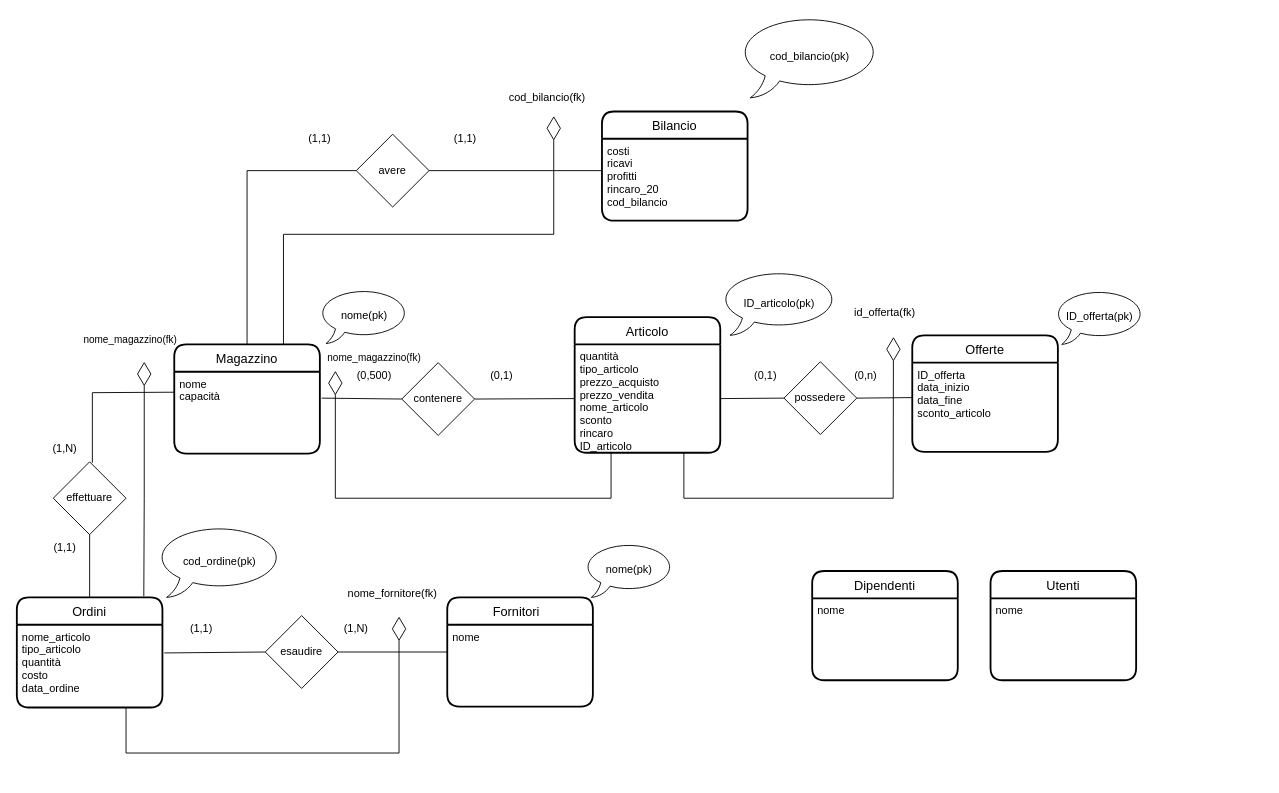
Above: AccessPort.drawio in Bugigio/Negozi-Sportivi (draw.io), before the change. Source tidied: cells renumbered, new cells numbered last; positions are measured from the earlier drawing's top-left corner, leaving out a move shared by most shapes. Both pictures are drawn from the tidied source at 91%, with x=0, y=0 at pixel (16, 15).
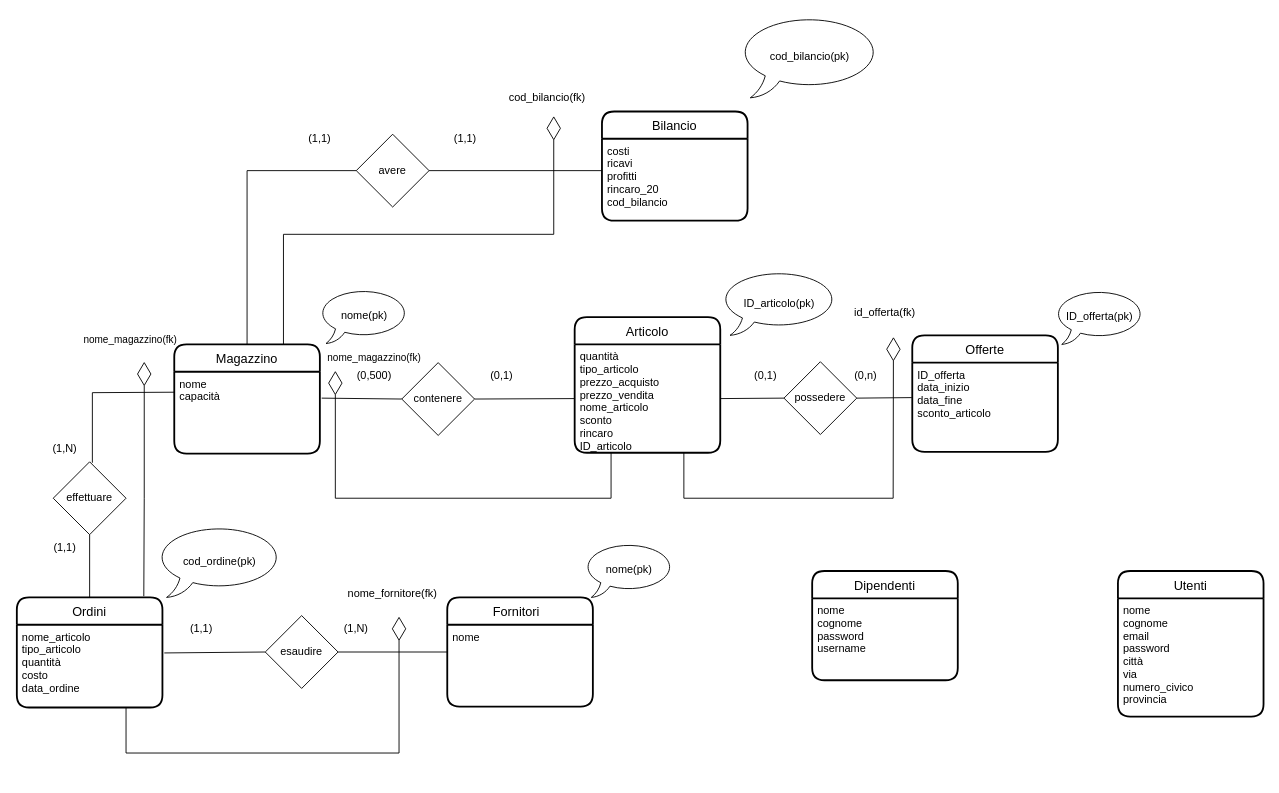
After the change.

Unchanged cells that the change refers to:
```xml
<mxCell id="55" value="Dipendenti" style="swimlane;horizontal=1;startSize=30;rounded=1;fontSize=14;fontStyle=0;strokeWidth=2;shadow=0;dashed=0;align=center;fillColor=default;" parent="1" vertex="1">
  <mxGeometry x="874" y="610" width="160" height="120" as="geometry" />
</mxCell>
```

What changed in the source:
```diff
@@
-    <mxCell id="56" value="nome&#10;" style="align=left;strokeColor=none;fillColor=none;spacingLeft=4;fontSize=12;verticalAlign=top;" parent="55" vertex="1">
+    <mxCell id="56" value="nome&#10;cognome&#10;password &#10;username&#10;&#10;" style="align=left;strokeColor=none;fillColor=none;spacingLeft=4;fontSize=12;verticalAlign=top;" parent="55" vertex="1">
       <mxGeometry y="30" width="160" height="90" as="geometry" />
     </mxCell>
     <mxCell id="57" value="Utenti" style="swimlane;horizontal=1;startSize=30;rounded=1;fontSize=14;fontStyle=0;strokeWidth=2;shadow=0;dashed=0;align=center;fillColor=default;" parent="1" vertex="1">
-      <mxGeometry x="1070" y="610" width="160" height="120" as="geometry" />
+      <mxGeometry x="1210" y="610" width="160" height="160" as="geometry" />
     </mxCell>
-    <mxCell id="58" value="nome&#10;" style="align=left;strokeColor=none;fillColor=none;spacingLeft=4;fontSize=12;verticalAlign=top;" parent="57" vertex="1">
-      <mxGeometry y="30" width="160" height="90" as="geometry" />
+    <mxCell id="58" value="nome&#10;cognome&#10;email&#10;password&#10;città&#10;via &#10;numero_civico&#10;provincia" style="align=left;strokeColor=none;fillColor=none;spacingLeft=4;fontSize=12;verticalAlign=top;" parent="57" vertex="1">
+      <mxGeometry y="30" width="160" height="130" as="geometry" />
     </mxCell>
```
